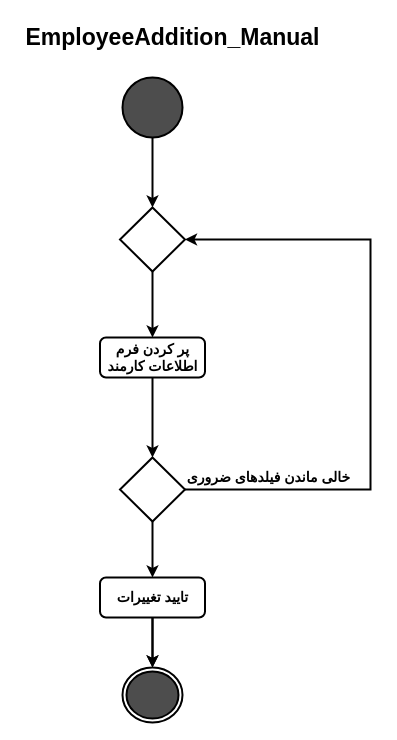
The draw.io diagram page "UserAddition_Manual" (10 of 20) of ActivityDiagram/MiddleWare_CarBaMaActivityDiagram.drawio in MelvinMo/CarBaMa_Automotive-Sale-Application, before the edit. Source tidied: cells renumbered, new cells numbered last; positions are measured from the earlier drawing's top-left corner, leaving out a move shared by most shapes. Both pictures are drawn from the tidied source at 100%, with x=0, y=0 at pixel (17, 27).
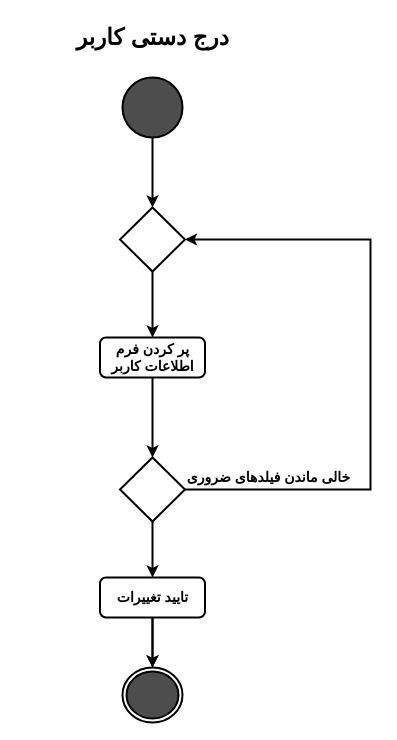
After the change.

What changed in the source:
```diff
@@
 <mxGraphModel>
   <root>
     <mxCell id="0" />
     <mxCell id="1" parent="0" />
     <mxCell id="2" style="ellipse;html=1;shape=endState;fillColor=#4D4D4D;strokeColor=#000000;strokeWidth=2;" parent="1" vertex="1">
       <mxGeometry x="105" y="640" width="60" height="55" as="geometry" />
     </mxCell>
-    <mxCell id="3" value="&lt;font size=&quot;1&quot;&gt;&lt;b style=&quot;font-size: 23px&quot;&gt;EmployeeAddition_Manual&lt;/b&gt;&lt;/font&gt;" style="text;html=1;align=center;verticalAlign=middle;strokeWidth=2;" parent="1" vertex="1">
-      <mxGeometry width="310" height="20" as="geometry" />
+    <mxCell id="3" value="&lt;font size=&quot;1&quot;&gt;&lt;b style=&quot;font-size: 23px&quot;&gt;درج دستی کاربر&lt;/b&gt;&lt;/font&gt;" style="text;html=1;align=center;verticalAlign=middle;strokeWidth=2;" parent="1" vertex="1">
+      <mxGeometry x="60" y="-10" width="150" height="40" as="geometry" />
     </mxCell>
     <mxCell id="4" style="edgeStyle=orthogonalEdgeStyle;rounded=0;jettySize=auto;html=1;startArrow=none;startFill=0;endArrow=classic;endFill=1;strokeColor=#000000;strokeWidth=2;" parent="1" edge="1" source="6" target="2">
       <mxGeometry relative="1" as="geometry" />
     </mxCell>
     <mxCell id="5" style="edgeStyle=orthogonalEdgeStyle;rounded=0;jettySize=auto;html=1;strokeWidth=2;" parent="1" edge="1" source="6" target="2">
       <mxGeometry relative="1" as="geometry" />
     </mxCell>
     <mxCell id="6" value="&lt;span style=&quot;font-size: 14px&quot;&gt;&lt;b&gt;تایید تغییرات&lt;/b&gt;&lt;/span&gt;" style="rounded=1;whiteSpace=wrap;html=1;strokeColor=#000000;fillColor=none;strokeWidth=2;" parent="1" vertex="1">
       <mxGeometry x="82.5" y="550" width="105" height="40" as="geometry" />
     </mxCell>
     <mxCell id="7" style="edgeStyle=orthogonalEdgeStyle;rounded=0;jettySize=auto;html=1;strokeWidth=2;" parent="1" edge="1" source="8" target="10">
       <mxGeometry relative="1" as="geometry" />
     </mxCell>
     <mxCell id="8" style="verticalLabelPosition=bottom;verticalAlign=top;html=1;shape=mxgraph.flowchart.on-page_reference;strokeColor=#000000;fillColor=#4D4D4D;strokeWidth=2;" parent="1" vertex="1">
       <mxGeometry x="105" y="50" width="60" height="60" as="geometry" />
     </mxCell>
     <mxCell id="9" style="edgeStyle=orthogonalEdgeStyle;rounded=0;jettySize=auto;html=1;strokeWidth=2;" parent="1" edge="1" source="10" target="16">
       <mxGeometry relative="1" as="geometry" />
     </mxCell>
     <mxCell id="10" style="strokeWidth=2;html=1;shape=mxgraph.flowchart.decision;whiteSpace=wrap;" parent="1" vertex="1">
       <mxGeometry x="102.5" y="180" width="65" height="64" as="geometry" />
     </mxCell>
     <mxCell id="11" style="edgeStyle=orthogonalEdgeStyle;rounded=0;jettySize=auto;html=1;strokeWidth=2;" parent="1" edge="1" source="12" target="6">
       <mxGeometry relative="1" as="geometry" />
     </mxCell>
     <mxCell id="12" style="strokeWidth=2;html=1;shape=mxgraph.flowchart.decision;whiteSpace=wrap;" parent="1" vertex="1">
       <mxGeometry x="102.5" y="430" width="65" height="64" as="geometry" />
     </mxCell>
     <mxCell id="13" value="&lt;font style=&quot;font-size: 14px&quot;&gt;&lt;b&gt;خالی ماندن فیلدهای ضروری&amp;nbsp;&lt;/b&gt;&lt;/font&gt;" style="text;html=1;align=center;verticalAlign=middle;strokeWidth=2;" parent="1" vertex="1">
       <mxGeometry x="163" y="440" width="180" height="20" as="geometry" />
     </mxCell>
     <mxCell id="14" style="edgeStyle=orthogonalEdgeStyle;rounded=0;jettySize=auto;html=1;startArrow=none;startFill=0;endArrow=classic;endFill=1;strokeColor=#000000;strokeWidth=2;exitX=1;exitY=0.5;exitDx=0;exitDy=0;exitPerimeter=0;entryX=1;entryY=0.5;entryDx=0;entryDy=0;entryPerimeter=0;" parent="1" edge="1" source="12" target="10">
       <mxGeometry relative="1" as="geometry">
         <Array as="points">
           <mxPoint x="353" y="462" />
           <mxPoint x="353" y="212" />
         </Array>
       </mxGeometry>
     </mxCell>
     <mxCell id="15" style="edgeStyle=orthogonalEdgeStyle;rounded=0;jettySize=auto;html=1;strokeWidth=2;" parent="1" edge="1" source="16" target="12">
       <mxGeometry relative="1" as="geometry" />
     </mxCell>
-    <mxCell id="16" value="&lt;span style=&quot;font-size: 14px&quot;&gt;&lt;b&gt;پر کردن فرم اطلاعات کارمند&lt;/b&gt;&lt;/span&gt;" style="rounded=1;whiteSpace=wrap;html=1;strokeColor=#000000;fillColor=none;strokeWidth=2;" parent="1" vertex="1">
+    <mxCell id="16" value="&lt;span style=&quot;font-size: 14px&quot;&gt;&lt;b&gt;پر کردن فرم اطلاعات کاربر&lt;/b&gt;&lt;/span&gt;" style="rounded=1;whiteSpace=wrap;html=1;strokeColor=#000000;fillColor=none;strokeWidth=2;" parent="1" vertex="1">
       <mxGeometry x="82.5" y="310" width="105" height="40" as="geometry" />
     </mxCell>
   </root>
 </mxGraphModel>
```
